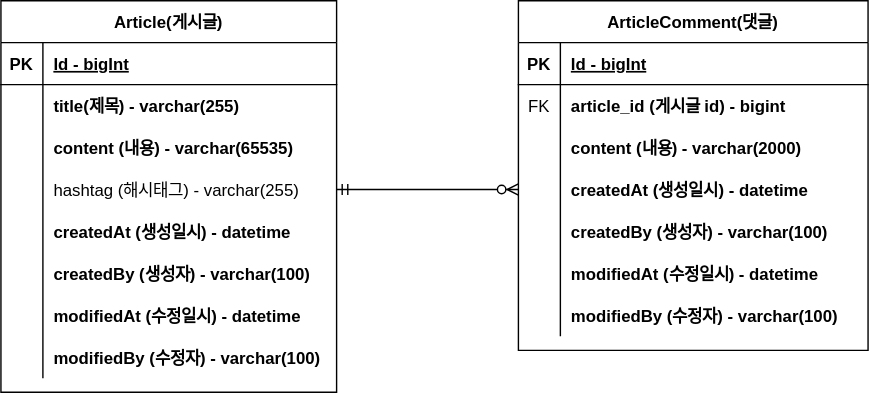
This is document/project-board-erd.drawio.svg from xell00/fastcampus-project-board, a draw.io export, as it was before one commit. Source tidied: cells renumbered, new cells last; positions are measured from the earlier drawing's top-left corner, leaving out a move shared by most shapes.
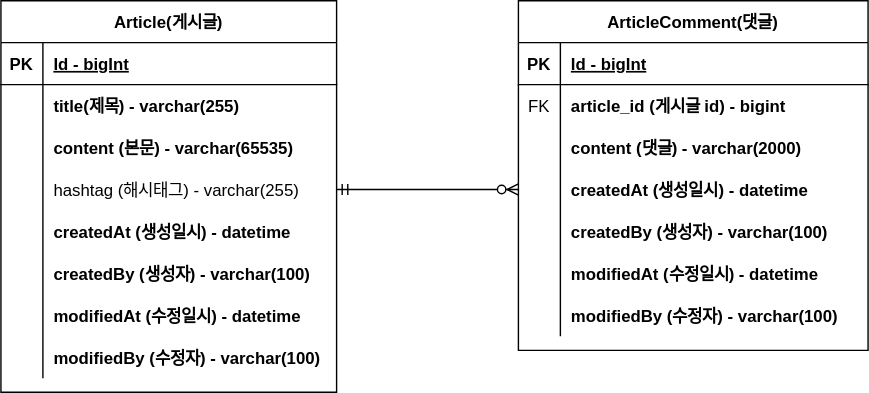
The same file after the commit.

Commit message:
#8 - ERD 주석 업데이트 project-board-erd.svg

The edit, as a diff of the source:
```diff
@@ -29,7 +29,7 @@
     <mxCell id="10" style="shape=partialRectangle;fillColor=none;top=0;left=0;bottom=0;right=0;overflow=hidden;" parent="9" vertex="1">
       <mxGeometry width="30" height="30" as="geometry" />
     </mxCell>
-    <mxCell id="11" value="content (내용) - varchar(65535)" style="shape=partialRectangle;fillColor=none;top=0;left=0;bottom=0;right=0;align=left;spacingLeft=6;overflow=hidden;fontStyle=1;" parent="9" vertex="1">
+    <mxCell id="11" value="content (본문) - varchar(65535)" style="shape=partialRectangle;fillColor=none;top=0;left=0;bottom=0;right=0;align=left;spacingLeft=6;overflow=hidden;fontStyle=1;" parent="9" vertex="1">
       <mxGeometry x="30" width="210" height="30" as="geometry" />
     </mxCell>
     <mxCell id="12" style="shape=tableRow;horizontal=0;startSize=0;swimlaneHead=0;swimlaneBody=0;fillColor=none;points=[[0,0.5],[1,0.5]];portConstraint=eastwest;top=0;left=0;right=0;bottom=0;" parent="2" vertex="1">
@@ -104,7 +104,7 @@
     <mxCell id="35" style="shape=partialRectangle;fillColor=none;top=0;left=0;bottom=0;right=0;overflow=hidden;" parent="34" vertex="1">
       <mxGeometry width="30" height="30" as="geometry" />
     </mxCell>
-    <mxCell id="36" value="content (내용) - varchar(2000)" style="shape=partialRectangle;fillColor=none;top=0;left=0;bottom=0;right=0;align=left;spacingLeft=6;overflow=hidden;fontStyle=1;" parent="34" vertex="1">
+    <mxCell id="36" value="content (댓글) - varchar(2000)" style="shape=partialRectangle;fillColor=none;top=0;left=0;bottom=0;right=0;align=left;spacingLeft=6;overflow=hidden;fontStyle=1;" parent="34" vertex="1">
       <mxGeometry x="30" width="220" height="30" as="geometry" />
     </mxCell>
     <mxCell id="37" style="shape=tableRow;horizontal=0;startSize=0;swimlaneHead=0;swimlaneBody=0;fillColor=none;points=[[0,0.5],[1,0.5]];portConstraint=eastwest;top=0;left=0;right=0;bottom=0;" parent="27" vertex="1">
```
